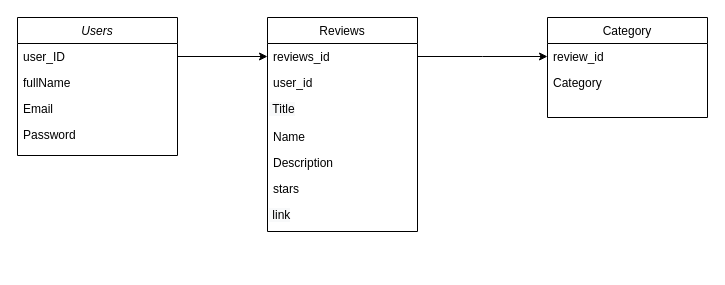
Above: ClassDiagram.drawio in ParvanAndrei/ReviewChan (draw.io), before the change. Source tidied: cells renumbered, new cells numbered last; positions are measured from the earlier drawing's top-left corner, leaving out a move shared by most shapes. Both pictures are drawn from the tidied source at 100%, with x=0, y=0 at pixel (17, 17).
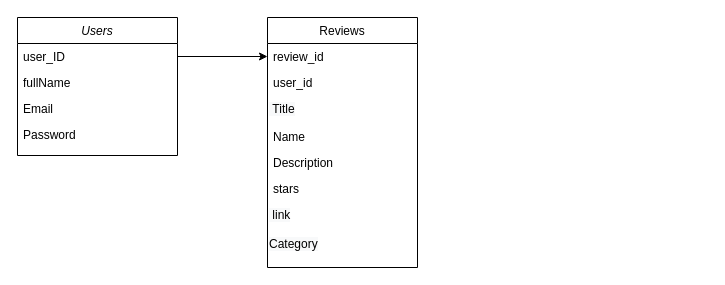
Above is the later version.

Diff of the diagram source:
```diff
@@
     <mxCell id="7" value="Reviews" style="swimlane;fontStyle=0;align=center;verticalAlign=top;horizontal=1;startSize=26;rounded=0;shadow=0;strokeWidth=1;" parent="1" vertex="1">
-      <mxGeometry x="250" width="150" height="214" as="geometry" />
+      <mxGeometry x="250" width="150" height="250" as="geometry" />
     </mxCell>
-    <mxCell id="8" value="reviews_id" style="text;align=left;verticalAlign=top;spacingLeft=4;spacingRight=4;overflow=hidden;points=[[0,0.5],[1,0.5]];portConstraint=eastwest;" parent="7" vertex="1">
+    <mxCell id="8" value="review_id" style="text;align=left;verticalAlign=top;spacingLeft=4;spacingRight=4;overflow=hidden;points=[[0,0.5],[1,0.5]];portConstraint=eastwest;" parent="7" vertex="1">
       <mxGeometry y="26" width="150" height="26" as="geometry" />
     </mxCell>
@@
-    <mxCell id="14" value="&lt;span style=&quot;color: rgb(0 , 0 , 0) ; font-family: &amp;#34;helvetica&amp;#34; ; font-size: 12px ; font-style: normal ; font-weight: 400 ; letter-spacing: normal ; text-align: left ; text-indent: 0px ; text-transform: none ; word-spacing: 0px ; background-color: rgb(248 , 249 , 250) ; display: inline ; float: none&quot;&gt;&amp;nbsp;link&lt;/span&gt;" style="text;whiteSpace=wrap;html=1;" parent="7" vertex="1">
+    <mxCell id="14" value="&lt;span style=&quot;color: rgb(0 , 0 , 0) ; font-family: &amp;#34;helvetica&amp;#34; ; font-size: 12px ; font-style: normal ; font-weight: 400 ; letter-spacing: normal ; text-align: left ; text-indent: 0px ; text-transform: none ; word-spacing: 0px ; background-color: rgb(248 , 249 , 250) ; display: inline ; float: none&quot;&gt;&amp;nbsp;link&lt;br&gt;&lt;br&gt;Category&lt;br&gt;&lt;/span&gt;" style="text;whiteSpace=wrap;html=1;" parent="7" vertex="1">
       <mxGeometry y="184" width="150" height="30" as="geometry" />
     </mxCell>
-    <mxCell id="15" value="Category" style="swimlane;fontStyle=0;align=center;verticalAlign=top;horizontal=1;startSize=26;rounded=0;shadow=0;strokeWidth=1;" parent="1" vertex="1">
-      <mxGeometry x="530" width="160" height="100" as="geometry" />
-    </mxCell>
-    <mxCell id="16" value="review_id" style="text;align=left;verticalAlign=top;spacingLeft=4;spacingRight=4;overflow=hidden;rounded=0;shadow=0;html=0;" parent="15" vertex="1">
-      <mxGeometry y="26" width="160" height="26" as="geometry" />
-    </mxCell>
-    <mxCell id="17" value="Category" style="text;align=left;verticalAlign=top;spacingLeft=4;spacingRight=4;overflow=hidden;rounded=0;shadow=0;html=0;" parent="15" vertex="1">
-      <mxGeometry y="52" width="160" height="26" as="geometry" />
-    </mxCell>
@@
-    <mxCell id="19" style="edgeStyle=orthogonalEdgeStyle;rounded=0;jettySize=auto;html=1;entryX=0;entryY=0.5;entryDx=0;entryDy=0;" parent="1" edge="1" source="8">
-      <mxGeometry relative="1" as="geometry">
-        <mxPoint x="530" y="39" as="targetPoint" />
-      </mxGeometry>
-    </mxCell>
```
